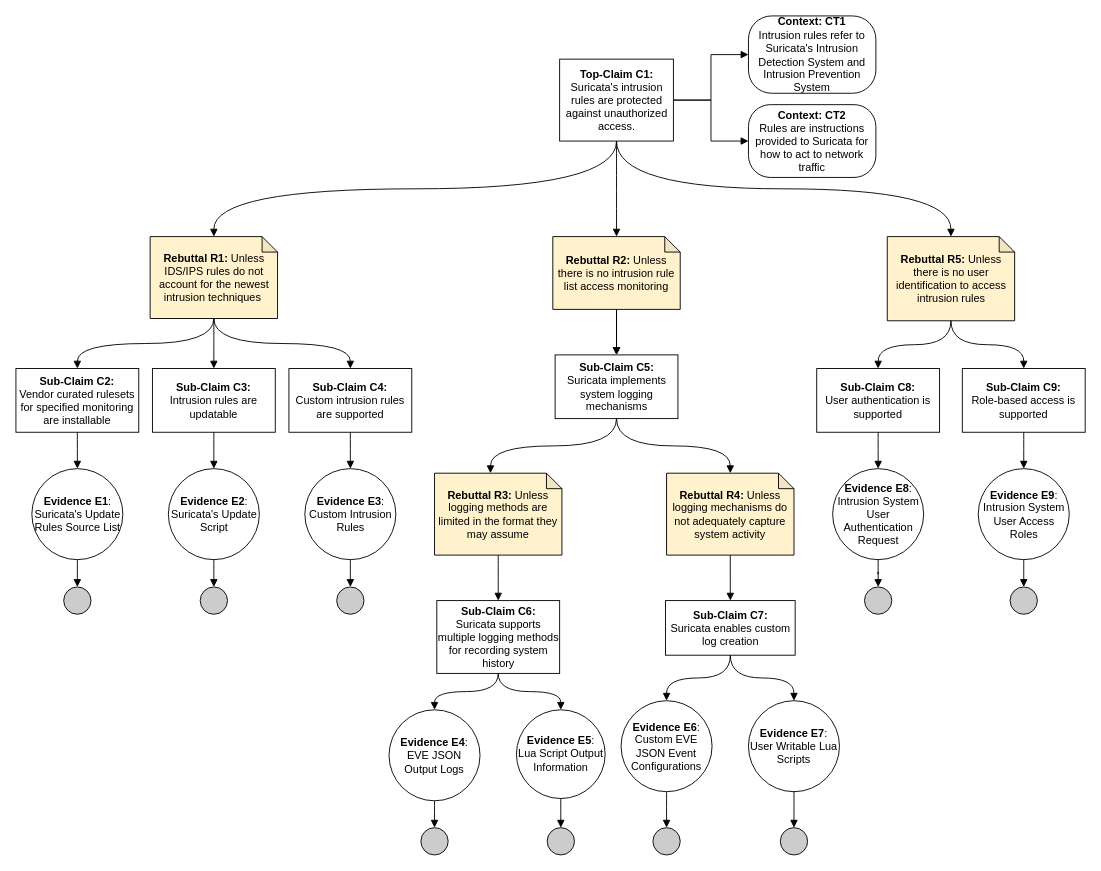
Above: Assurance Cases/Assurance Case - Intrusion Rules are Protected Against Unauthorized Access.drawio in UNO-CYBR-8420-Team1/CYBR8420-Suricata (draw.io), before the change. Source tidied: cells renumbered, new cells numbered last; positions are measured from the earlier drawing's top-left corner, leaving out a move shared by most shapes. Both pictures are drawn from the tidied source at 91%, with x=0, y=0 at pixel (15, 15).
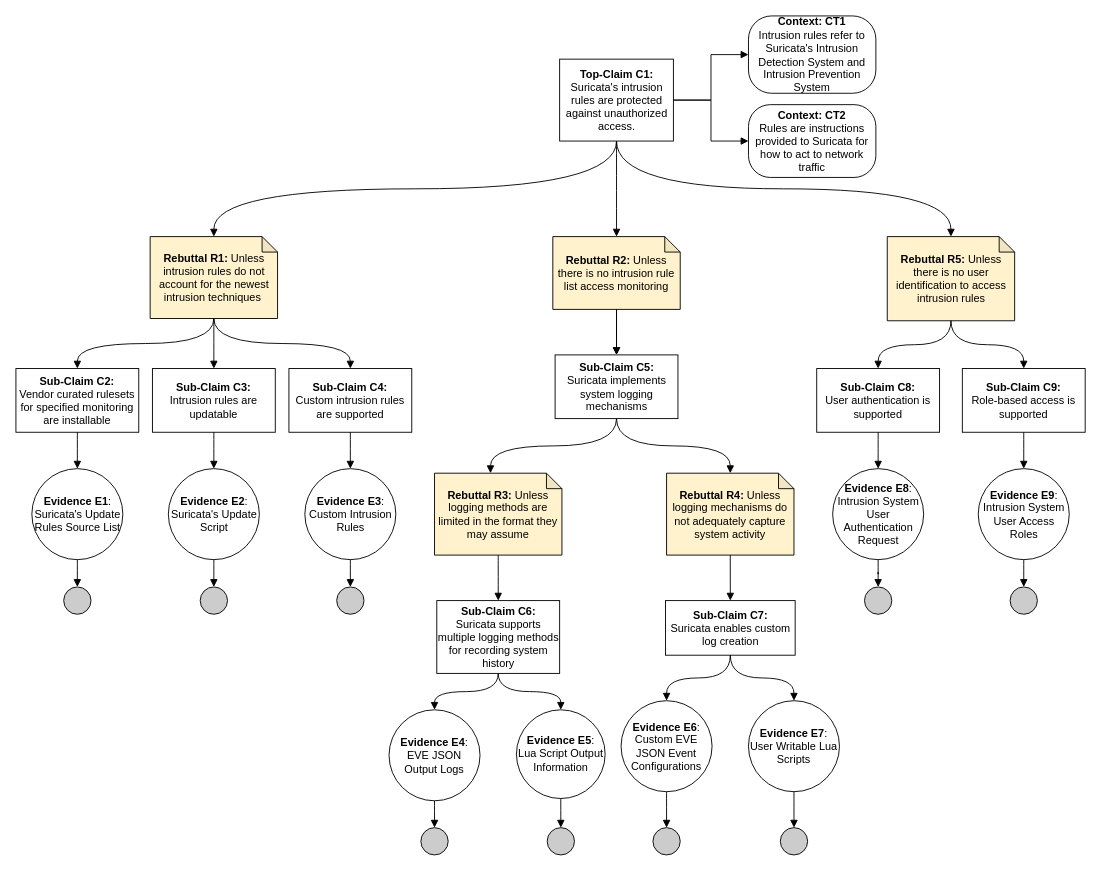
Above is the later version.

What changed in the source:
```diff
@@
-    <mxCell id="11" value="&lt;b&gt;Rebuttal R1:&lt;/b&gt; Unless IDS/IPS rules do not account for the newest intrusion techniques&amp;nbsp;" style="shape=note;whiteSpace=wrap;html=1;backgroundOutline=1;darkOpacity=0.05;size=17;fillColor=#FFF2CC;" parent="1" vertex="1">
+    <mxCell id="11" value="&lt;b&gt;Rebuttal R1:&lt;/b&gt; Unless intrusion rules do not account for the newest intrusion techniques&amp;nbsp;" style="shape=note;whiteSpace=wrap;html=1;backgroundOutline=1;darkOpacity=0.05;size=17;fillColor=#FFF2CC;" parent="1" vertex="1">
       <mxGeometry x="147.5" y="242.5" width="140" height="90" as="geometry" />
     </mxCell>
```
